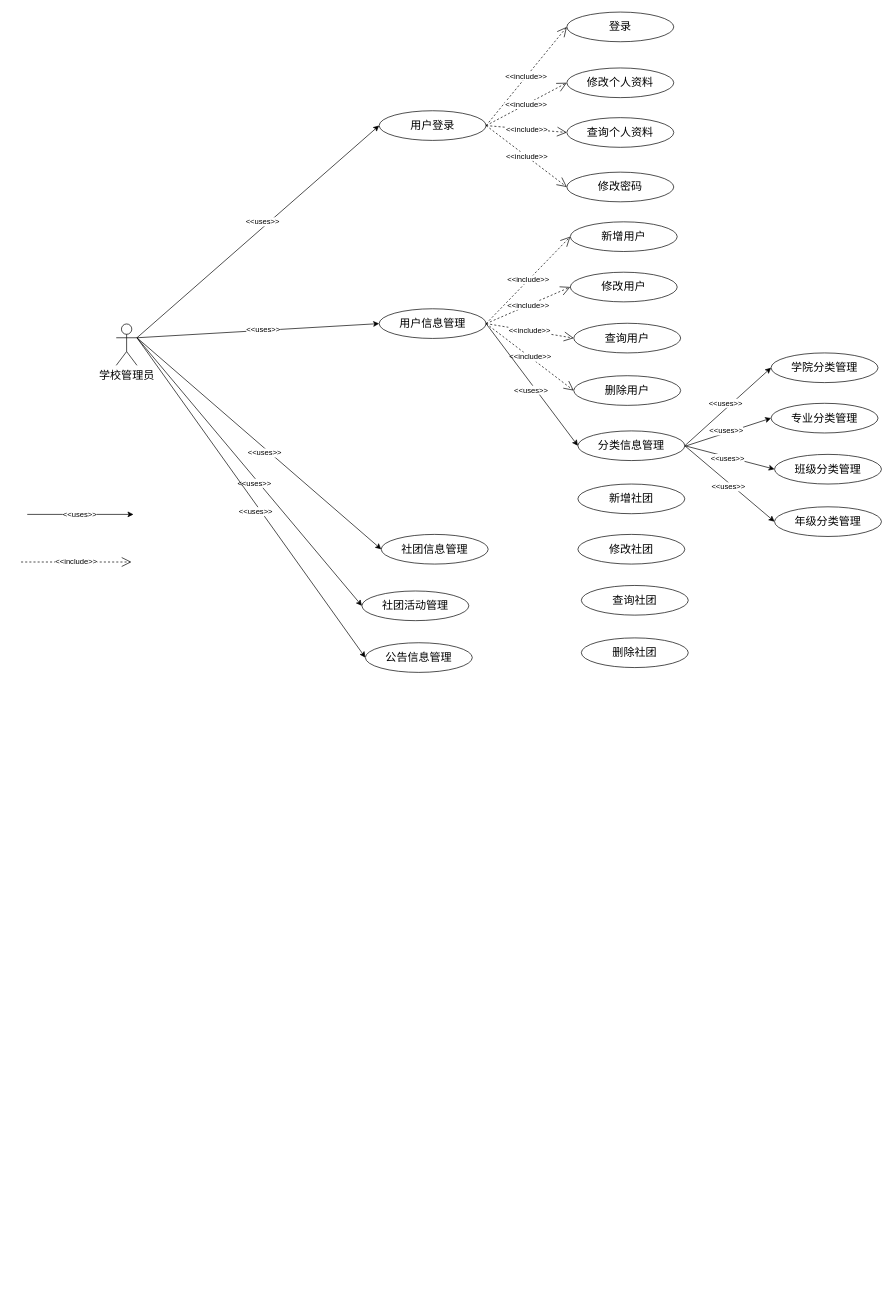
Above: page "学校管理员用例图" (2 of 2) of 系统总体用例图.drawio in Gonod20s/Voice-Controlled-Robot (draw.io), before the change. Source tidied: cells renumbered, new cells numbered last; positions are measured from the earlier drawing's top-left corner, leaving out a move shared by most shapes. Both pictures are drawn from the tidied source at 69%, with x=0, y=0 at pixel (21, 12).
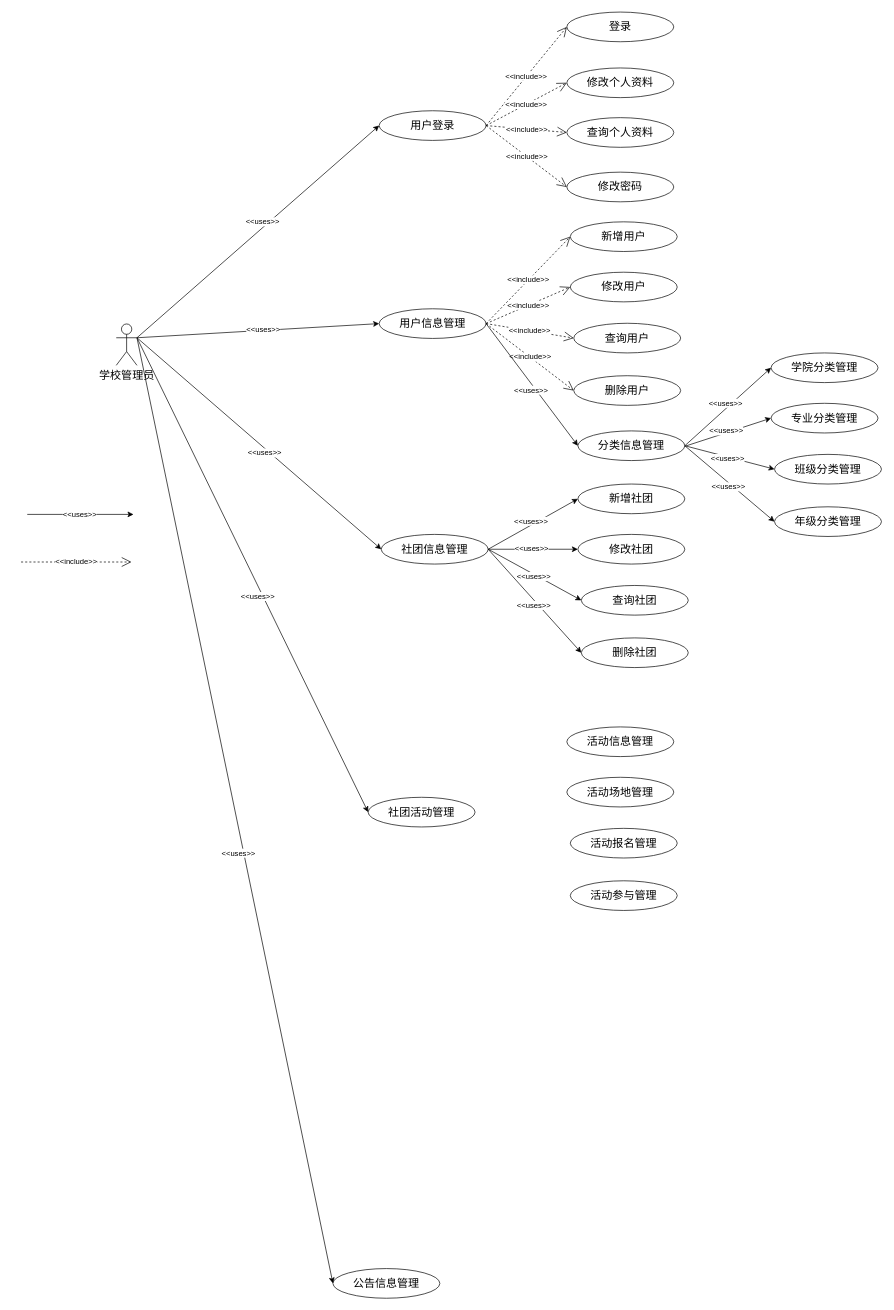
Above is the later version.

Unchanged cells that the change refers to:
```xml
<mxCell id="5" value="&lt;font style=&quot;font-size: 16px;&quot;&gt;社团信息管理&lt;/font&gt;" style="ellipse;whiteSpace=wrap;html=1;fontFamily=Architects Daughter;" parent="1" vertex="1">
  <mxGeometry x="522" y="757" width="155" height="43" as="geometry" />
</mxCell>
<mxCell id="52" value="&lt;font style=&quot;font-size: 16px;&quot;&gt;新增社团&lt;/font&gt;" style="ellipse;whiteSpace=wrap;html=1;fontFamily=Architects Daughter;" parent="1" vertex="1">
  <mxGeometry x="807" y="684" width="155" height="43" as="geometry" />
</mxCell>
<mxCell id="53" value="&lt;font style=&quot;font-size: 16px;&quot;&gt;修改社团&lt;/font&gt;" style="ellipse;whiteSpace=wrap;html=1;fontFamily=Architects Daughter;" parent="1" vertex="1">
  <mxGeometry x="807" y="757" width="155" height="43" as="geometry" />
</mxCell>
<mxCell id="54" value="&lt;font style=&quot;font-size: 16px;&quot;&gt;查询社团&lt;/font&gt;" style="ellipse;whiteSpace=wrap;html=1;fontFamily=Architects Daughter;" parent="1" vertex="1">
  <mxGeometry x="812" y="831" width="155" height="43" as="geometry" />
</mxCell>
<mxCell id="55" value="&lt;font style=&quot;font-size: 16px;&quot;&gt;删除社团&lt;/font&gt;" style="ellipse;whiteSpace=wrap;html=1;fontFamily=Architects Daughter;" parent="1" vertex="1">
  <mxGeometry x="812" y="907" width="155" height="43" as="geometry" />
</mxCell>
```

The edit, as a diff of the source:
```diff
@@
     <mxCell id="6" value="&lt;font style=&quot;font-size: 16px;&quot;&gt;社团活动管理&lt;/font&gt;" style="ellipse;whiteSpace=wrap;html=1;fontFamily=Architects Daughter;" parent="1" vertex="1">
-      <mxGeometry x="494" y="839" width="155" height="43" as="geometry" />
+      <mxGeometry x="503" y="1138" width="155" height="43" as="geometry" />
     </mxCell>
     <mxCell id="7" value="&lt;font style=&quot;font-size: 16px;&quot;&gt;公告信息管理&lt;/font&gt;" style="ellipse;whiteSpace=wrap;html=1;fontFamily=Architects Daughter;" parent="1" vertex="1">
-      <mxGeometry x="499" y="914" width="155" height="43" as="geometry" />
+      <mxGeometry x="452" y="1821" width="155" height="43" as="geometry" />
     </mxCell>
@@
+    <mxCell id="56" style="endArrow=classic;html=1;rounded=0;entryX=0;entryY=0.5;entryDx=0;entryDy=0;exitX=1;exitY=0.5;exitDx=0;exitDy=0;" parent="1" edge="1" source="5" target="52">
+      <mxGeometry relative="1" as="geometry" />
+    </mxCell>
+    <mxCell id="57" value="&amp;lt;&amp;lt;uses&amp;gt;&amp;gt;" style="edgeLabel;html=1;align=center;verticalAlign=middle;" parent="56" vertex="1">
+      <mxGeometry x="0.09" y="1" relative="1" as="geometry">
+        <mxPoint x="-9" as="offset" />
+      </mxGeometry>
+    </mxCell>
+    <mxCell id="58" style="endArrow=classic;html=1;rounded=0;entryX=0;entryY=0.5;entryDx=0;entryDy=0;exitX=1;exitY=0.5;exitDx=0;exitDy=0;" parent="1" edge="1" source="5" target="53">
+      <mxGeometry relative="1" as="geometry" />
+    </mxCell>
+    <mxCell id="59" value="&amp;lt;&amp;lt;uses&amp;gt;&amp;gt;" style="edgeLabel;html=1;align=center;verticalAlign=middle;" parent="58" vertex="1">
+      <mxGeometry x="0.09" y="1" relative="1" as="geometry">
+        <mxPoint x="-9" as="offset" />
+      </mxGeometry>
+    </mxCell>
+    <mxCell id="60" style="endArrow=classic;html=1;rounded=0;entryX=0;entryY=0.5;entryDx=0;entryDy=0;exitX=1;exitY=0.5;exitDx=0;exitDy=0;" parent="1" edge="1" source="5" target="54">
+      <mxGeometry relative="1" as="geometry" />
+    </mxCell>
+    <mxCell id="61" value="&amp;lt;&amp;lt;uses&amp;gt;&amp;gt;" style="edgeLabel;html=1;align=center;verticalAlign=middle;" parent="60" vertex="1">
+      <mxGeometry x="0.09" y="1" relative="1" as="geometry">
+        <mxPoint x="-9" as="offset" />
+      </mxGeometry>
+    </mxCell>
+    <mxCell id="62" style="endArrow=classic;html=1;rounded=0;entryX=0;entryY=0.5;entryDx=0;entryDy=0;exitX=1;exitY=0.5;exitDx=0;exitDy=0;" parent="1" edge="1" source="5" target="55">
+      <mxGeometry relative="1" as="geometry" />
+    </mxCell>
+    <mxCell id="63" value="&amp;lt;&amp;lt;uses&amp;gt;&amp;gt;" style="edgeLabel;html=1;align=center;verticalAlign=middle;" parent="62" vertex="1">
+      <mxGeometry x="0.09" y="1" relative="1" as="geometry">
+        <mxPoint x="-9" as="offset" />
+      </mxGeometry>
+    </mxCell>
+    <mxCell id="64" value="&lt;span style=&quot;font-size: 16px;&quot;&gt;活动信息管理&lt;/span&gt;" style="ellipse;whiteSpace=wrap;html=1;fontFamily=Architects Daughter;" parent="1" vertex="1">
+      <mxGeometry x="791" y="1036" width="155" height="43" as="geometry" />
+    </mxCell>
+    <mxCell id="65" value="&lt;font style=&quot;font-size: 16px;&quot;&gt;活动场地管理&lt;/font&gt;" style="ellipse;whiteSpace=wrap;html=1;fontFamily=Architects Daughter;" parent="1" vertex="1">
+      <mxGeometry x="791" y="1109" width="155" height="43" as="geometry" />
+    </mxCell>
+    <mxCell id="66" value="&lt;font style=&quot;font-size: 16px;&quot;&gt;活动报名管理&lt;/font&gt;" style="ellipse;whiteSpace=wrap;html=1;fontFamily=Architects Daughter;" parent="1" vertex="1">
+      <mxGeometry x="796" y="1183" width="155" height="43" as="geometry" />
+    </mxCell>
+    <mxCell id="67" value="&lt;font style=&quot;font-size: 16px;&quot;&gt;活动参与管理&lt;/font&gt;" style="ellipse;whiteSpace=wrap;html=1;fontFamily=Architects Daughter;" parent="1" vertex="1">
+      <mxGeometry x="796" y="1259" width="155" height="43" as="geometry" />
+    </mxCell>
```
